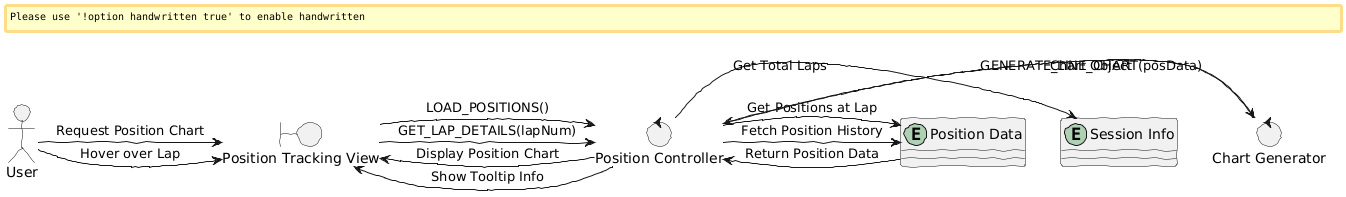
Above: Analysis/View_Position_Over_Laps.png in AnkitaVilasPimpalkar08/CSCI_6234_Spring_2026_G23 (PlantUML), before the change. Source of this version:
```plantuml
@startuml
allow_mixing
skinparam handwritten true
actor User
boundary "Position Tracking View" as GUI
control "Position Controller" as CTRL
control "Chart Generator" as CHART
entity "Position Data" as POS
entity "Session Info" as SESSION

User -> GUI : Request Position Chart
GUI -> CTRL : LOAD_POSITIONS()
CTRL -> SESSION : Get Total Laps
CTRL -> POS : Fetch Position History
POS --> CTRL : Return Position Data
CTRL -> CHART : GENERATE_LINE_CHART(posData)
CHART --> CTRL : Chart Object
CTRL -> GUI : Display Position Chart

User -> GUI : Hover over Lap
GUI -> CTRL : GET_LAP_DETAILS(lapNum)
CTRL -> POS : Get Positions at Lap
CTRL -> GUI : Show Tooltip Info
@enduml
```
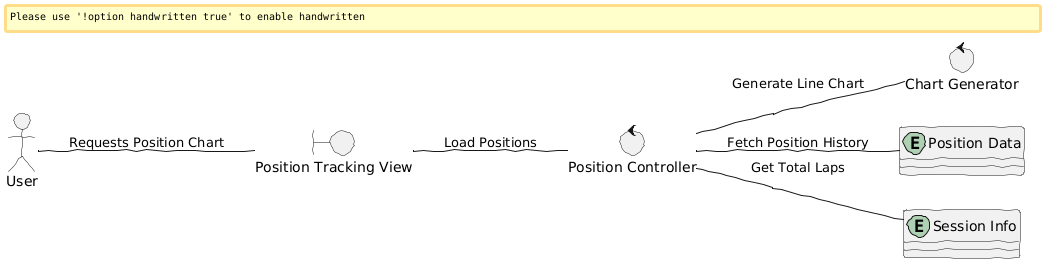
The same file after the commit.

Change to the diagram source:
```diff
@@ -1,6 +1,8 @@
 @startuml
+left to right direction
+skinparam handwritten true
 allow_mixing
-skinparam handwritten true
+
 actor User
 boundary "Position Tracking View" as GUI
 control "Position Controller" as CTRL
@@ -8,17 +10,9 @@
 entity "Position Data" as POS
 entity "Session Info" as SESSION
 
-User -> GUI : Request Position Chart
-GUI -> CTRL : LOAD_POSITIONS()
-CTRL -> SESSION : Get Total Laps
-CTRL -> POS : Fetch Position History
-POS --> CTRL : Return Position Data
-CTRL -> CHART : GENERATE_LINE_CHART(posData)
-CHART --> CTRL : Chart Object
-CTRL -> GUI : Display Position Chart
-
-User -> GUI : Hover over Lap
-GUI -> CTRL : GET_LAP_DETAILS(lapNum)
-CTRL -> POS : Get Positions at Lap
-CTRL -> GUI : Show Tooltip Info
+User -- GUI : Requests Position Chart
+GUI -- CTRL : Load Positions
+CTRL -- SESSION : Get Total Laps
+CTRL -- POS : Fetch Position History
+CTRL -- CHART : Generate Line Chart
 @enduml
```
